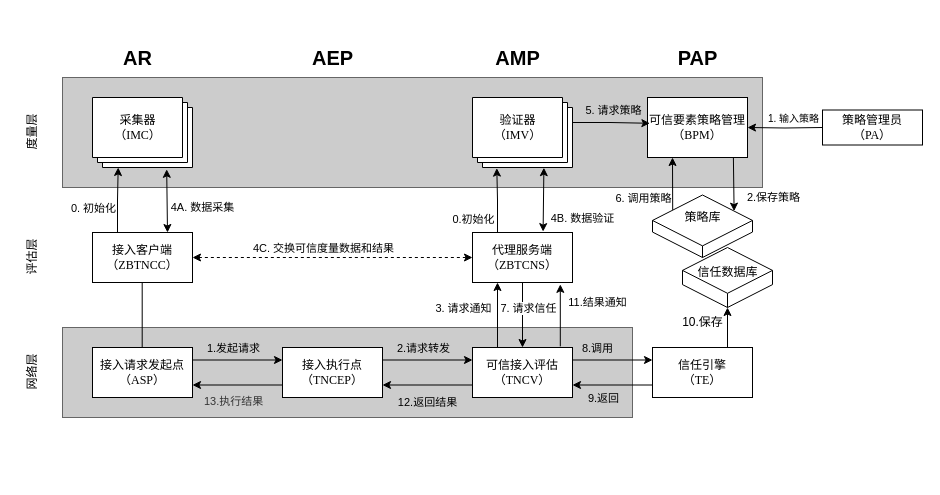
Above: testDirectory/可信接入模型.drawio in Moose1273/- (draw.io), before the change. Source tidied: cells renumbered, new cells numbered last; positions are measured from the earlier drawing's top-left corner, leaving out a move shared by most shapes. Both pictures are drawn from the tidied source at 100%, with x=0, y=0 at pixel (2, 37).
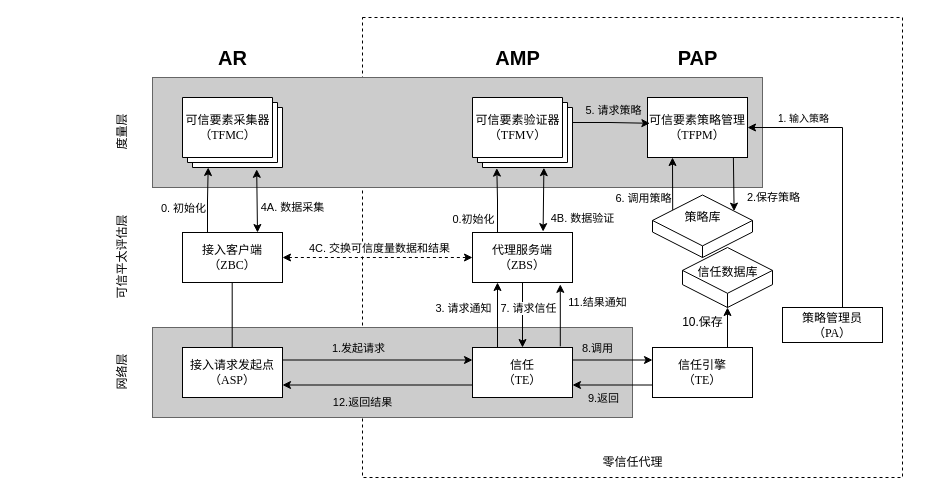
The same diagram, later.

Commit message:
更新可信接入模型.drawio

What changed in the source:
```diff
@@
+    <mxCell id="66" style="rounded=0;whiteSpace=wrap;html=1;dashed=1;" parent="1" vertex="1">
+      <mxGeometry x="360" y="-20" width="540" height="460" as="geometry" />
+    </mxCell>
     <mxCell id="2" style="rounded=0;whiteSpace=wrap;html=1;fillColor=#CCCCCC;fontColor=#333333;strokeColor=#666666;" parent="1" vertex="1">
-      <mxGeometry x="60" y="290" width="570" height="90" as="geometry" />
+      <mxGeometry x="150" y="290" width="480" height="90" as="geometry" />
     </mxCell>
     <mxCell id="3" style="rounded=0;whiteSpace=wrap;html=1;fillColor=#CCCCCC;fontColor=#333333;strokeColor=#666666;" parent="1" vertex="1">
-      <mxGeometry x="60" y="40" width="700" height="110" as="geometry" />
+      <mxGeometry x="150" y="40" width="610" height="110" as="geometry" />
     </mxCell>
     <mxCell id="4" value="&lt;font style=&quot;font-size: 20px;&quot;&gt;&lt;b&gt;AR&lt;/b&gt;&lt;/font&gt;" style="text;html=1;align=center;verticalAlign=middle;strokeColor=none;fillColor=none;" parent="1" vertex="1">
-      <mxGeometry x="110" width="50" height="40" as="geometry" />
+      <mxGeometry x="205" width="50" height="40" as="geometry" />
     </mxCell>
-    <mxCell id="5" value="&lt;font style=&quot;font-size: 20px;&quot;&gt;&lt;b&gt;AEP&lt;/b&gt;&lt;/font&gt;" style="text;html=1;align=center;verticalAlign=middle;strokeColor=none;fillColor=none;" parent="1" vertex="1">
-      <mxGeometry x="300" width="60" height="40" as="geometry" />
-    </mxCell>
     <mxCell id="6" style="verticalLabelPosition=bottom;verticalAlign=top;html=1;shape=mxgraph.basic.layered_rect;dx=10;outlineConnect=0;whiteSpace=wrap;" parent="1" vertex="1">
-      <mxGeometry x="90" y="60" width="100" height="70" as="geometry" />
+      <mxGeometry x="180" y="60" width="100" height="70" as="geometry" />
     </mxCell>
-    <mxCell id="7" value="&lt;div&gt;&lt;font face=&quot;Times New Roman&quot;&gt;接入客户端&lt;/font&gt;&lt;/div&gt;&lt;font face=&quot;Times New Roman&quot;&gt;（ZBTNCC）&lt;/font&gt;" style="rounded=0;whiteSpace=wrap;html=1;" parent="1" vertex="1">
-      <mxGeometry x="90" y="195" width="100" height="50" as="geometry" />
+    <mxCell id="7" value="&lt;div&gt;&lt;font face=&quot;Times New Roman&quot;&gt;接入客户端&lt;/font&gt;&lt;/div&gt;&lt;font face=&quot;Times New Roman&quot;&gt;（ZBC）&lt;/font&gt;" style="rounded=0;whiteSpace=wrap;html=1;" parent="1" vertex="1">
+      <mxGeometry x="180" y="195" width="100" height="50" as="geometry" />
     </mxCell>
@@
-    <mxCell id="10" value="&lt;div&gt;&lt;font face=&quot;Times New Roman&quot;&gt;代理服务端&lt;/font&gt;&lt;/div&gt;&lt;font face=&quot;Times New Roman&quot;&gt;（ZBTCNS）&lt;/font&gt;" style="rounded=0;whiteSpace=wrap;html=1;" parent="1" vertex="1">
+    <mxCell id="10" value="&lt;div&gt;&lt;font face=&quot;Times New Roman&quot;&gt;代理服务端&lt;/font&gt;&lt;/div&gt;&lt;font face=&quot;Times New Roman&quot;&gt;（ZBS）&lt;/font&gt;" style="rounded=0;whiteSpace=wrap;html=1;" parent="1" vertex="1">
       <mxGeometry x="470" y="195" width="100" height="50" as="geometry" />
     </mxCell>
-    <mxCell id="11" style="edgeStyle=orthogonalEdgeStyle;rounded=0;jettySize=auto;html=1;exitX=1;exitY=0.25;exitDx=0;exitDy=0;entryX=0;entryY=0.25;entryDx=0;entryDy=0;" parent="1" edge="1" source="13" target="23">
+    <mxCell id="11" style="edgeStyle=orthogonalEdgeStyle;rounded=0;jettySize=auto;html=1;exitX=1;exitY=0.25;exitDx=0;exitDy=0;entryX=0;entryY=0.25;entryDx=0;entryDy=0;" parent="1" edge="1" source="13" target="19">
       <mxGeometry relative="1" as="geometry" />
     </mxCell>
@@
     <mxCell id="13" value="接入请求发起点&lt;br&gt;&lt;font face=&quot;Times New Roman&quot;&gt;（ASP）&lt;/font&gt;" style="rounded=0;whiteSpace=wrap;html=1;" parent="1" vertex="1">
-      <mxGeometry x="90" y="310" width="100" height="50" as="geometry" />
+      <mxGeometry x="180" y="310" width="100" height="50" as="geometry" />
     </mxCell>
@@
-    <mxCell id="18" style="edgeStyle=orthogonalEdgeStyle;rounded=0;jettySize=auto;html=1;exitX=0;exitY=0.75;exitDx=0;exitDy=0;entryX=1;entryY=0.75;entryDx=0;entryDy=0;" parent="1" edge="1" source="19" target="23">
+    <mxCell id="18" style="edgeStyle=orthogonalEdgeStyle;rounded=0;jettySize=auto;html=1;exitX=0;exitY=0.75;exitDx=0;exitDy=0;entryX=1;entryY=0.75;entryDx=0;entryDy=0;" parent="1" edge="1" source="19" target="13">
       <mxGeometry relative="1" as="geometry" />
     </mxCell>
-    <mxCell id="19" value="可信接入评估&lt;br&gt;&lt;font face=&quot;Times New Roman&quot;&gt;（TNCV）&lt;/font&gt;" style="rounded=0;whiteSpace=wrap;html=1;" parent="1" vertex="1">
+    <mxCell id="19" value="信任&lt;br&gt;&lt;font face=&quot;Times New Roman&quot;&gt;（TE）&lt;/font&gt;" style="rounded=0;whiteSpace=wrap;html=1;" parent="1" vertex="1">
       <mxGeometry x="470" y="310" width="100" height="50" as="geometry" />
     </mxCell>
-    <mxCell id="20" style="edgeStyle=orthogonalEdgeStyle;rounded=0;jettySize=auto;html=1;exitX=1;exitY=0.25;exitDx=0;exitDy=0;entryX=0;entryY=0.25;entryDx=0;entryDy=0;" parent="1" edge="1" source="23" target="19">
-      <mxGeometry relative="1" as="geometry" />
-    </mxCell>
-    <mxCell id="21" value="2.请求转发" style="edgeLabel;html=1;align=center;verticalAlign=middle;labelBackgroundColor=#CCCCCC;" parent="20" vertex="1">
-      <mxGeometry x="-0.47" y="1" relative="1" as="geometry">
-        <mxPoint x="16" y="-11" as="offset" />
-      </mxGeometry>
-    </mxCell>
-    <mxCell id="22" style="edgeStyle=orthogonalEdgeStyle;rounded=0;jettySize=auto;html=1;exitX=0;exitY=0.75;exitDx=0;exitDy=0;entryX=1;entryY=0.75;entryDx=0;entryDy=0;" parent="1" edge="1" source="23" target="13">
-      <mxGeometry relative="1" as="geometry" />
-    </mxCell>
-    <mxCell id="23" value="接入执行点&lt;br&gt;&lt;font face=&quot;Times New Roman&quot;&gt;（TNCEP）&lt;/font&gt;" style="rounded=0;whiteSpace=wrap;html=1;" parent="1" vertex="1">
-      <mxGeometry x="280" y="310" width="100" height="50" as="geometry" />
-    </mxCell>
@@
-    <mxCell id="25" value="验证器&lt;br style=&quot;border-color: var(--border-color);&quot;&gt;&lt;font style=&quot;border-color: var(--border-color);&quot; face=&quot;Times New Roman&quot;&gt;（IMV）&lt;/font&gt;" style="text;html=1;align=center;verticalAlign=middle;strokeColor=none;fillColor=none;" parent="1" vertex="1">
-      <mxGeometry x="480" y="70" width="70" height="40" as="geometry" />
+    <mxCell id="25" value="可信要素验证器&lt;br style=&quot;border-color: var(--border-color);&quot;&gt;&lt;font style=&quot;border-color: var(--border-color);&quot; face=&quot;Times New Roman&quot;&gt;（TFMV）&lt;/font&gt;" style="text;html=1;align=center;verticalAlign=middle;strokeColor=none;fillColor=none;" parent="1" vertex="1">
+      <mxGeometry x="460" y="70" width="110" height="40" as="geometry" />
     </mxCell>
@@
-    <mxCell id="29" value="可信要素策略管理&lt;br&gt;&lt;font face=&quot;Times New Roman&quot;&gt;（BPM）&lt;/font&gt;" style="rounded=0;whiteSpace=wrap;html=1;" parent="1" vertex="1">
+    <mxCell id="29" value="可信要素策略管理&lt;br&gt;&lt;font face=&quot;Times New Roman&quot;&gt;（TFPM）&lt;/font&gt;" style="rounded=0;whiteSpace=wrap;html=1;" parent="1" vertex="1">
       <mxGeometry x="645" y="60" width="100" height="60" as="geometry" />
     </mxCell>
@@
-    <mxCell id="36" style="edgeStyle=orthogonalEdgeStyle;rounded=0;jettySize=auto;html=1;" parent="1" edge="1" target="29">
+    <mxCell id="36" style="edgeStyle=orthogonalEdgeStyle;rounded=0;jettySize=auto;html=1;exitX=0.5;exitY=0;exitDx=0;exitDy=0;" parent="1" edge="1" source="65" target="29">
       <mxGeometry relative="1" as="geometry">
-        <mxPoint x="820" y="90" as="sourcePoint" />
+        <Array as="points">
+          <mxPoint x="840" y="90" />
+        </Array>
       </mxGeometry>
     </mxCell>
     <mxCell id="37" value="1. 输入策略" style="edgeLabel;html=1;align=center;verticalAlign=middle;fontSize=10;" parent="36" vertex="1">
       <mxGeometry x="0.27" y="-3" relative="1" as="geometry">
-        <mxPoint x="18" y="-7" as="offset" />
+        <mxPoint x="-43" y="-19" as="offset" />
       </mxGeometry>
     </mxCell>
@@
     <mxCell id="40" style="endArrow=none;html=1;rounded=0;entryX=0.25;entryY=1;entryDx=0;entryDy=0;exitX=0.25;exitY=0;exitDx=0;exitDy=0;" parent="1" edge="1">
       <mxGeometry relative="1" as="geometry">
-        <mxPoint x="139.7" y="310" as="sourcePoint" />
-        <mxPoint x="139.7" y="245" as="targetPoint" />
+        <mxPoint x="229.7" y="310" as="sourcePoint" />
+        <mxPoint x="229.7" y="245" as="targetPoint" />
       </mxGeometry>
     </mxCell>
@@
     <mxCell id="49" value="度量层" style="text;html=1;align=center;verticalAlign=middle;strokeColor=none;fillColor=none;rotation=-90;" parent="1" vertex="1">
-      <mxGeometry y="80" width="60" height="30" as="geometry" />
+      <mxGeometry x="90" y="80" width="60" height="30" as="geometry" />
     </mxCell>
-    <mxCell id="50" value="评估层" style="text;html=1;align=center;verticalAlign=middle;strokeColor=none;fillColor=none;rotation=-90;" parent="1" vertex="1">
-      <mxGeometry y="205" width="60" height="30" as="geometry" />
+    <mxCell id="50" value="可信平太评估层" style="text;html=1;align=center;verticalAlign=middle;strokeColor=none;fillColor=none;rotation=-90;" parent="1" vertex="1">
+      <mxGeometry x="65" y="205" width="110" height="30" as="geometry" />
     </mxCell>
     <mxCell id="51" value="网络层" style="text;html=1;align=center;verticalAlign=middle;strokeColor=none;fillColor=none;rotation=-90;" parent="1" vertex="1">
-      <mxGeometry y="320" width="60" height="30" as="geometry" />
+      <mxGeometry x="90" y="320" width="60" height="30" as="geometry" />
     </mxCell>
@@
     <mxCell id="58" value="&lt;font style=&quot;font-size: 11px;&quot;&gt;12.返回结果&lt;/font&gt;" style="text;html=1;align=center;verticalAlign=middle;strokeColor=none;fillColor=none;" parent="1" vertex="1">
-      <mxGeometry x="385" y="350" width="80" height="30" as="geometry" />
+      <mxGeometry x="320" y="350" width="80" height="30" as="geometry" />
     </mxCell>
-    <mxCell id="59" value="&lt;span style=&quot;color: rgb(51, 51, 51); font-family: Helvetica; font-style: normal; font-variant-ligatures: normal; font-variant-caps: normal; font-weight: 400; letter-spacing: normal; orphans: 2; text-align: center; text-indent: 0px; text-transform: none; widows: 2; word-spacing: 0px; -webkit-text-stroke-width: 0px; text-decoration-thickness: initial; text-decoration-style: initial; text-decoration-color: initial; float: none; display: inline !important;&quot;&gt;&lt;font style=&quot;font-size: 11px;&quot;&gt;13.执行结果&lt;/font&gt;&lt;/span&gt;" style="text;whiteSpace=wrap;html=1;labelBackgroundColor=#CCCCCC;" parent="1" vertex="1">
-      <mxGeometry x="200" y="350" width="120" height="40" as="geometry" />
-    </mxCell>
@@
-    <mxCell id="63" value="采集器&lt;br&gt;&lt;font face=&quot;Times New Roman&quot;&gt;（IMC）&lt;/font&gt;" style="text;html=1;align=center;verticalAlign=middle;strokeColor=none;fillColor=none;" parent="1" vertex="1">
-      <mxGeometry x="100" y="70" width="70" height="40" as="geometry" />
+    <mxCell id="63" value="可信要素采集器&lt;br&gt;&lt;font face=&quot;Times New Roman&quot;&gt;（TFMC）&lt;/font&gt;" style="text;html=1;align=center;verticalAlign=middle;strokeColor=none;fillColor=none;" parent="1" vertex="1">
+      <mxGeometry x="170" y="70" width="110" height="40" as="geometry" />
     </mxCell>
@@
     <mxCell id="65" value="&lt;span style=&quot;background-color: rgb(255, 255, 255);&quot;&gt;策略管理员&lt;/span&gt;&lt;font face=&quot;Times New Roman&quot;&gt;（PA）&lt;/font&gt;" style="rounded=0;whiteSpace=wrap;html=1;" parent="1" vertex="1">
-      <mxGeometry x="820" y="72.5" width="100" height="35" as="geometry" />
+      <mxGeometry x="780" y="270" width="100" height="35" as="geometry" />
     </mxCell>
+    <mxCell id="67" value="零信任代理" style="text;html=1;align=center;verticalAlign=middle;strokeColor=none;fillColor=none;" parent="1" vertex="1">
+      <mxGeometry x="590" y="410" width="80" height="30" as="geometry" />
+    </mxCell>
```
